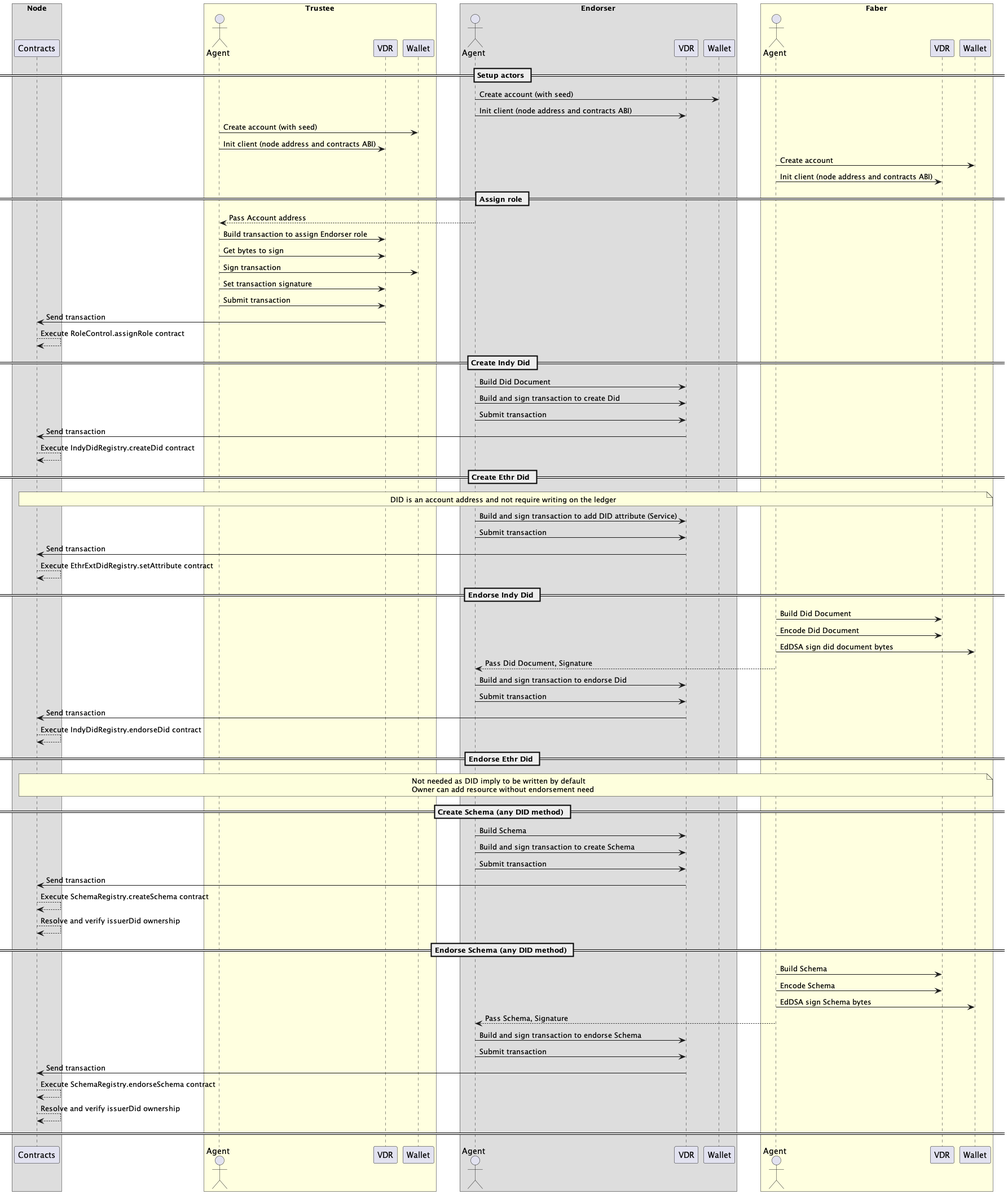
This is docs/design/flow.png from hyperledger/indy-besu, a PlantUML export, as it was before one commit. Source of this version:
```plantuml
@startuml

skinparam BoxPadding 20

box "Node"
participant "Contracts" as C
endbox

box "Trustee" #LightYellow
actor "Agent" as T
participant "VDR" as TV
participant "Wallet" as TW
endbox

box "Endorser"
actor "Agent" as E
participant "VDR" as EV
participant "Wallet" as EW
endbox

box "Faber" #LightYellow
actor "Agent" as F
participant "VDR" as FV
participant "Wallet" as FW
endbox

== Setup actors ==

E->EW: Create account (with seed)
E->EV: Init client (node address and contracts ABI)
T->TW: Create account (with seed)
T->TV: Init client (node address and contracts ABI)
F->FW: Create account
F->FV: Init client (node address and contracts ABI)

== Assign role ==

E-->T: Pass Account address
T->TV: Build transaction to assign Endorser role
T->TV: Get bytes to sign
T->TW: Sign transaction
T->TV: Set transaction signature
T->TV: Submit transaction
TV->C: Send transaction
C-->C: Execute RoleControl.assignRole contract

== Create Indy Did ==

E->EV: Build Did Document
E->EV: Build and sign transaction to create Did
E->EV: Submit transaction
EV->C: Send transaction
C-->C: Execute IndyDidRegistry.createDid contract

== Create Ethr Did ==

note across
  DID is an account address and not require writing on the ledger
end note

E->EV: Build and sign transaction to add DID attribute (Service)
E->EV: Submit transaction
EV->C: Send transaction
C-->C: Execute EthrExtDidRegistry.setAttribute contract

== Endorse Indy Did ==

F->FV: Build Did Document
F->FV: Encode Did Document
F->FW: EdDSA sign did document bytes
F-->E: Pass Did Document, Signature
E->EV: Build and sign transaction to endorse Did
E->EV: Submit transaction
EV->C: Send transaction
C-->C: Execute IndyDidRegistry.endorseDid contract

== Endorse Ethr Did ==

note across
  Not needed as DID imply to be written by default
  Owner can add resource without endorsement need
end note

== Create Schema (any DID method) ==

E->EV: Build Schema
E->EV: Build and sign transaction to create Schema
E->EV: Submit transaction
EV->C: Send transaction
C-->C: Execute SchemaRegistry.createSchema contract
C-->C: Resolve and verify issuerDid ownership

== Endorse Schema (any DID method) ==

F->FV: Build Schema
F->FV: Encode Schema
F->FW: EdDSA sign Schema bytes
F-->E: Pass Schema, Signature
E->EV: Build and sign transaction to endorse Schema
E->EV: Submit transaction
EV->C: Send transaction
C-->C: Execute SchemaRegistry.endorseSchema contract
C-->C: Resolve and verify issuerDid ownership

==  ==

@enduml
```
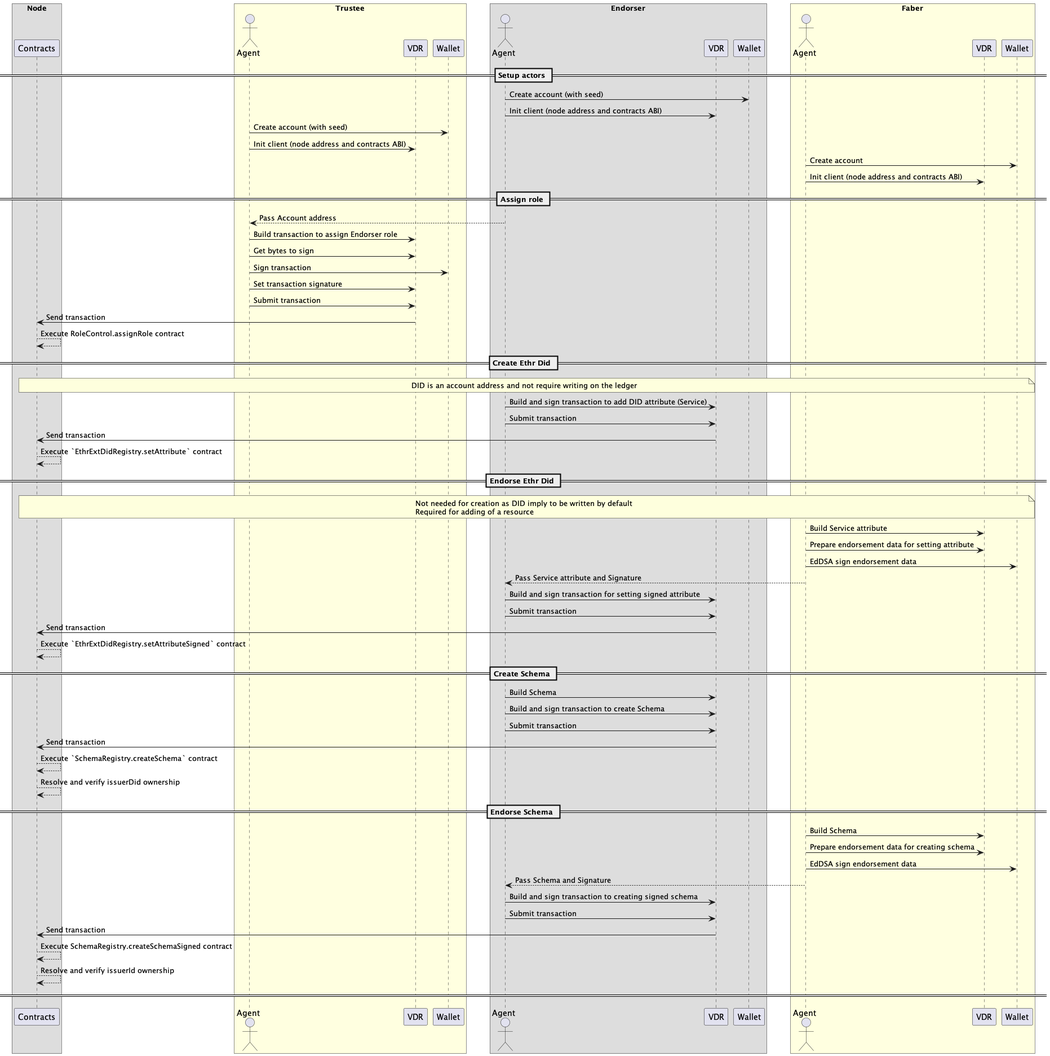
Above is the later version.

Change to the diagram source:
```diff
@@ -44,14 +44,6 @@
 TV->C: Send transaction
 C-->C: Execute RoleControl.assignRole contract
 
-== Create Indy Did ==
-
-E->EV: Build Did Document
-E->EV: Build and sign transaction to create Did
-E->EV: Submit transaction
-EV->C: Send transaction
-C-->C: Execute IndyDidRegistry.createDid contract
-
 == Create Ethr Did ==
 
 note across
@@ -61,46 +53,44 @@
 E->EV: Build and sign transaction to add DID attribute (Service)
 E->EV: Submit transaction
 EV->C: Send transaction
-C-->C: Execute EthrExtDidRegistry.setAttribute contract
-
-== Endorse Indy Did ==
-
-F->FV: Build Did Document
-F->FV: Encode Did Document
-F->FW: EdDSA sign did document bytes
-F-->E: Pass Did Document, Signature
-E->EV: Build and sign transaction to endorse Did
-E->EV: Submit transaction
-EV->C: Send transaction
-C-->C: Execute IndyDidRegistry.endorseDid contract
+C-->C: Execute `EthrExtDidRegistry.setAttribute` contract
 
 == Endorse Ethr Did ==
 
 note across
-  Not needed as DID imply to be written by default
-  Owner can add resource without endorsement need
+  Not needed for creation as DID imply to be written by default
+  Required for adding of a resource
 end note
 
-== Create Schema (any DID method) ==
+F->FV: Build Service attribute
+F->FV: Prepare endorsement data for setting attribute
+F->FW: EdDSA sign endorsement data
+F-->E: Pass Service attribute and Signature
+E->EV: Build and sign transaction for setting signed attribute
+E->EV: Submit transaction
+EV->C: Send transaction
+C-->C: Execute `EthrExtDidRegistry.setAttributeSigned` contract
+
+== Create Schema ==
 
 E->EV: Build Schema
 E->EV: Build and sign transaction to create Schema
 E->EV: Submit transaction
 EV->C: Send transaction
-C-->C: Execute SchemaRegistry.createSchema contract
+C-->C: Execute `SchemaRegistry.createSchema` contract
 C-->C: Resolve and verify issuerDid ownership
 
-== Endorse Schema (any DID method) ==
+== Endorse Schema ==
 
 F->FV: Build Schema
-F->FV: Encode Schema
-F->FW: EdDSA sign Schema bytes
-F-->E: Pass Schema, Signature
-E->EV: Build and sign transaction to endorse Schema
+F->FV: Prepare endorsement data for creating schema
+F->FW: EdDSA sign endorsement data
+F-->E: Pass Schema and Signature
+E->EV: Build and sign transaction to creating signed schema
 E->EV: Submit transaction
 EV->C: Send transaction
-C-->C: Execute SchemaRegistry.endorseSchema contract
-C-->C: Resolve and verify issuerDid ownership
+C-->C: Execute SchemaRegistry.createSchemaSigned contract
+C-->C: Resolve and verify issuerId ownership
 
 ==  ==
 
```
